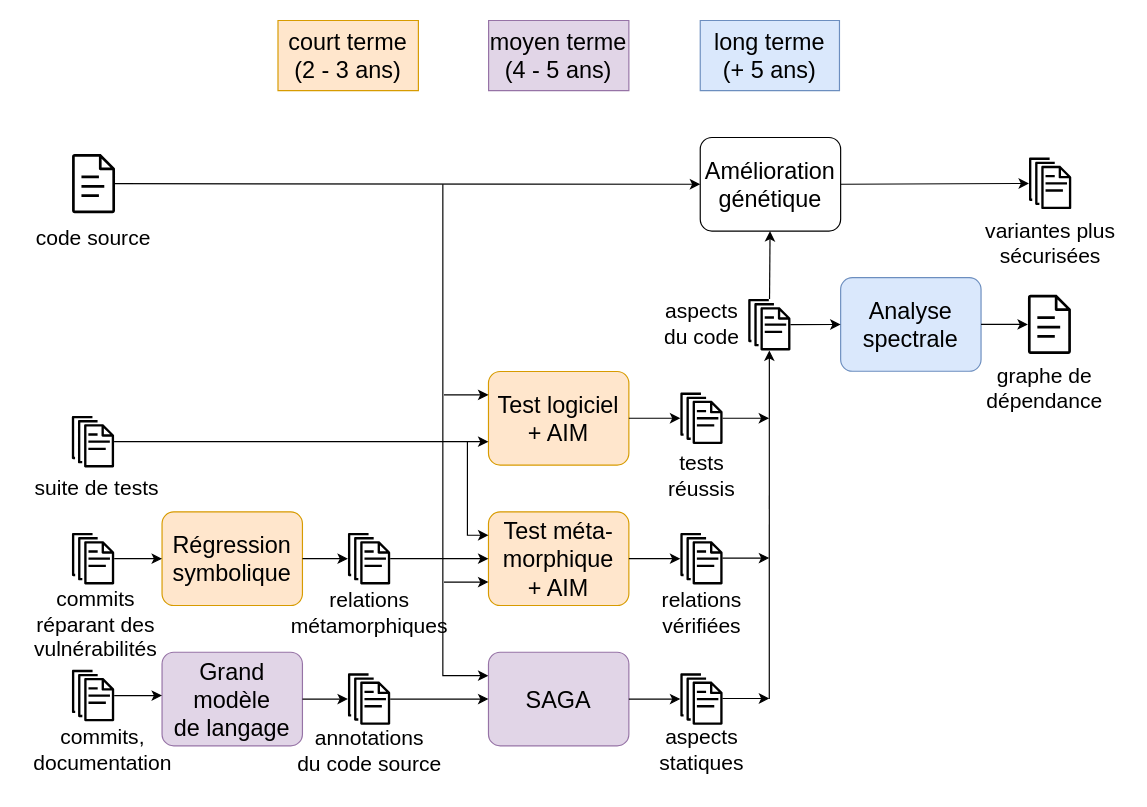
Earlier version of the draw.io diagram researchProject2026.drawio (yoann-marquer/Diagrams). Source tidied: cells renumbered, new cells numbered last; positions are measured from the earlier drawing's top-left corner, leaving out a move shared by most shapes. Both pictures are drawn from the tidied source at 117%, with x=0, y=0 at pixel (19, 20).
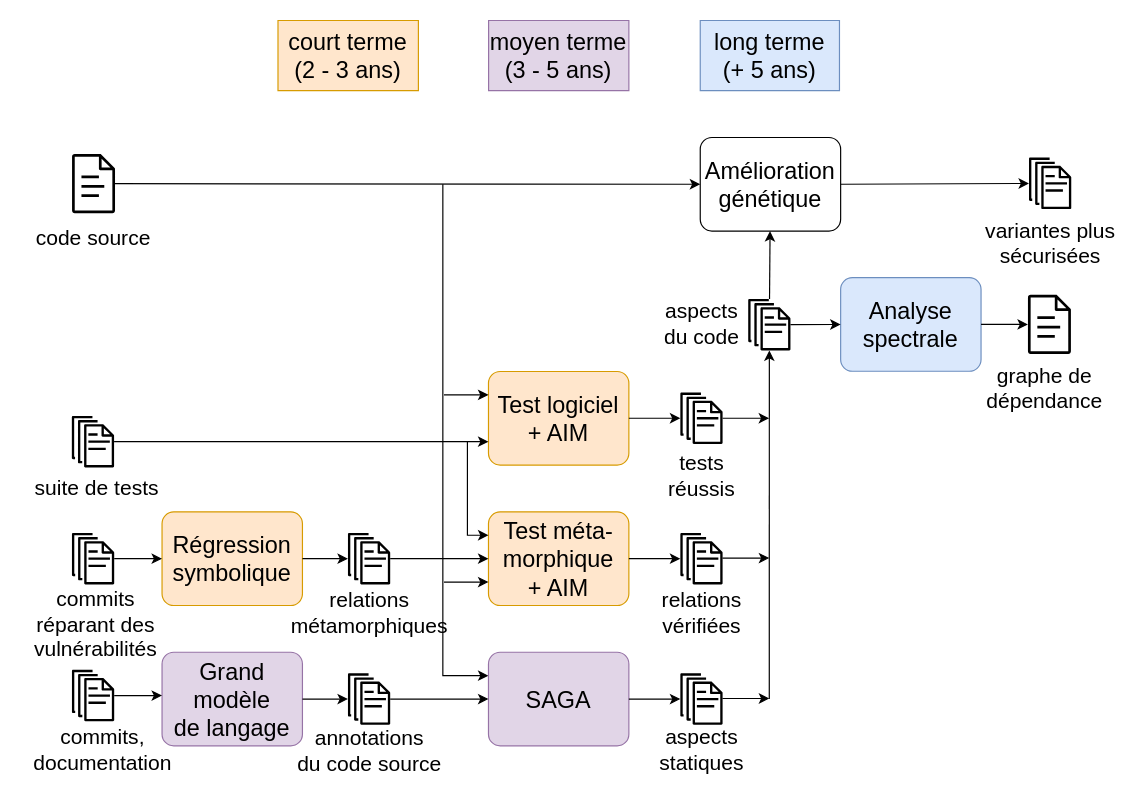
After the change.

What changed in the source:
```diff
@@
-    <mxCell id="47" value="&lt;div&gt;&lt;font style=&quot;font-size: 20px;&quot;&gt;moyen terme&lt;/font&gt;&lt;/div&gt;&lt;div&gt;&lt;font style=&quot;font-size: 20px;&quot;&gt;(4 - 5 ans)&lt;/font&gt;&lt;/div&gt;" style="shape=mxgraph.bpmn.task;whiteSpace=wrap;rectStyle=square;size=10;html=1;taskMarker=abstract;strokeColor=#9673a6;fontSize=15;fillColor=#e1d5e7;" parent="1" vertex="1">
+    <mxCell id="47" value="&lt;div&gt;&lt;font style=&quot;font-size: 20px;&quot;&gt;moyen terme&lt;/font&gt;&lt;/div&gt;&lt;div&gt;&lt;font style=&quot;font-size: 20px;&quot;&gt;(3 - 5 ans)&lt;/font&gt;&lt;/div&gt;" style="shape=mxgraph.bpmn.task;whiteSpace=wrap;rectStyle=square;size=10;html=1;taskMarker=abstract;strokeColor=#9673a6;fontSize=15;fillColor=#e1d5e7;" parent="1" vertex="1">
       <mxGeometry x="401.1" width="119.9" height="60" as="geometry" />
     </mxCell>
```
